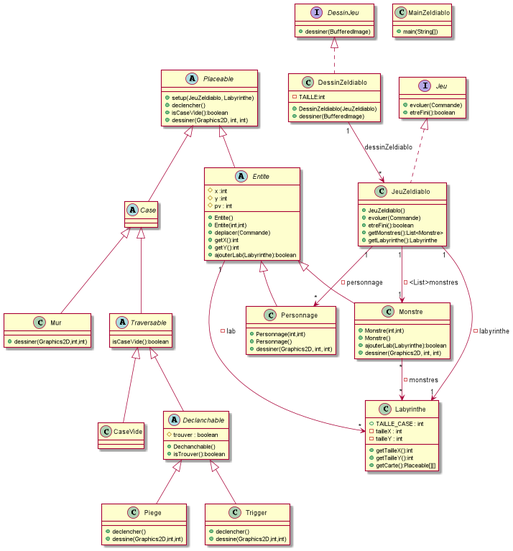
Before: documents/version_4/diagramme_classe/diagramme_classPlantUML.png, a diagram exported from PlantUML (Kilmeee/2021_COO_Zeldiablo_harrell1u_hemmerle8u_peltre13u_gregoir59u). The source it was exported from:
```plantuml
@startuml

class DessinZeldiablo {
-TAILLE:int
+DessinZeldiablo(JeuZeldiablo)
+dessiner(BufferedImage)
}

class Labyrinthe{
+TAILLE_CASE : int
-tailleX : int
-tailleY : int
+getTailleX():int
+getTailleY():int
+getCarte():Placeable[][]
}

class Personnage{
+Personnage(int,int)
+Personnage()
+dessiner(Graphics2D, int, int)
}

abstract class Entite {
#x :int
#y :int
#pv : int
+Entite()
+Entite(int,int)
+deplacer(Commande)
+getX():int
+getY():int
+ajouterLab(Labyrinthe):boolean
}

class MainZeldiablo {
+main(String[])
}

class JeuZeldiablo{
+JeuZeldiablo()
+evoluer(Commande)
+etreFini():boolean
+getMonstres():List<Monstre>
+getLabyrinthe():Labyrinthe
}

interface DessinJeu{
+dessiner(BufferedImage)
}

interface Jeu{
+evoluer(Commande)
+etreFini():boolean
}

abstract class Case{

}

class CaseVide{

}

class Mur{
+dessiner(Graphics2D,int,int)
}

class Piege{
+declencher()
+dessine(Graphics2D,int,int)
}

class Trigger{
+declencher()
+dessine(Graphics2D,int,int)
}

abstract class Placeable{
+setup(JeuZeldiablo, Labyrinthe)
+declencher()
+isCaseVide():boolean
+dessiner(Graphics2D, int, int)
}

abstract class Traversable{
isCaseVide():boolean
}

abstract class Declanchable{
#trouver : boolean
+Dechanchable()
+isTrouver():boolean
}



class Monstre {
+Monstre(int,int)
+Monstre()
+ajouterLab(Labyrinthe):boolean
+dessiner(Graphics2D, int, int)
}

Entite <|-- Monstre
Entite <|-- Personnage
Case <|-- Mur
Placeable <|-- Case
Traversable <|-- CaseVide
Declanchable <|-- Piege
Declanchable <|-- Trigger
Placeable <|-- Entite
Traversable <|-- Declanchable
Case <|-- Traversable


Jeu <|.. JeuZeldiablo
DessinJeu <|.. DessinZeldiablo

Monstre "*" --> "*" Labyrinthe  : -monstres
Entite "1" --> "*" Labyrinthe  : -lab
JeuZeldiablo "1" --> "1" Labyrinthe  : -labyrinthe
JeuZeldiablo "1" --> "*" Personnage  : -personnage
JeuZeldiablo "1" --> "1" Monstre : - <List>monstres
DessinZeldiablo "1" --> "*" JeuZeldiablo  : dessinZeldiablo
@enduml
```
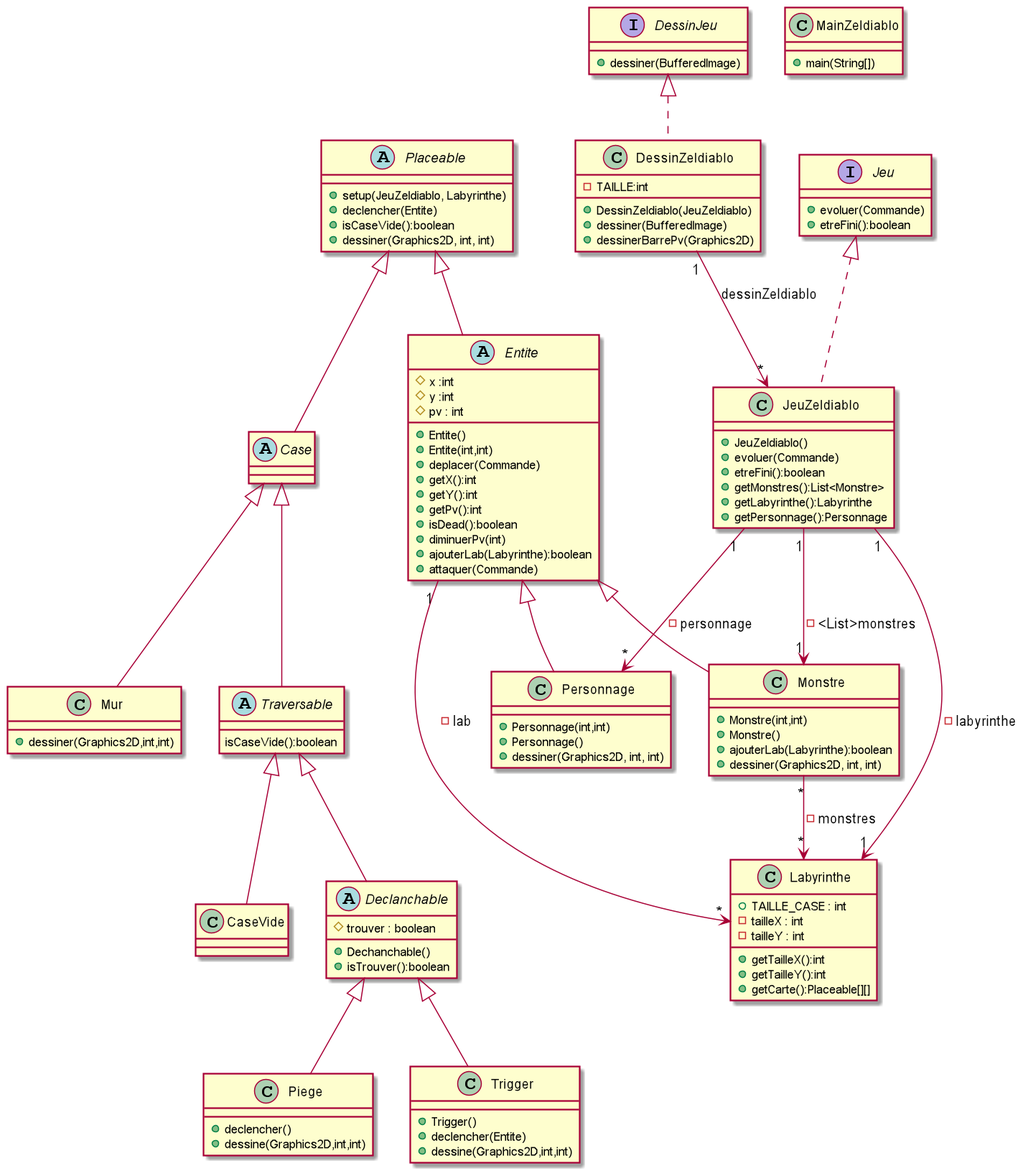
Later version of the same file.

Commit message:
Maj Diagramme class v4

What changed in the source:
```diff
@@ -4,6 +4,7 @@
 -TAILLE:int
 +DessinZeldiablo(JeuZeldiablo)
 +dessiner(BufferedImage)
++dessinerBarrePv(Graphics2D)
 }
 
 class Labyrinthe{
@@ -30,7 +31,11 @@
 +deplacer(Commande)
 +getX():int
 +getY():int
++getPv():int
++isDead():boolean
++diminuerPv(int)
 +ajouterLab(Labyrinthe):boolean
++attaquer(Commande)
 }
 
 class MainZeldiablo {
@@ -43,6 +48,7 @@
 +etreFini():boolean
 +getMonstres():List<Monstre>
 +getLabyrinthe():Labyrinthe
++getPersonnage():Personnage
 }
 
 interface DessinJeu{
@@ -72,13 +78,14 @@
 }
 
 class Trigger{
-+declencher()
++Trigger()
++declencher(Entite)
 +dessine(Graphics2D,int,int)
 }
 
 abstract class Placeable{
 +setup(JeuZeldiablo, Labyrinthe)
-+declencher()
++declencher(Entite)
 +isCaseVide():boolean
 +dessiner(Graphics2D, int, int)
 }
```
